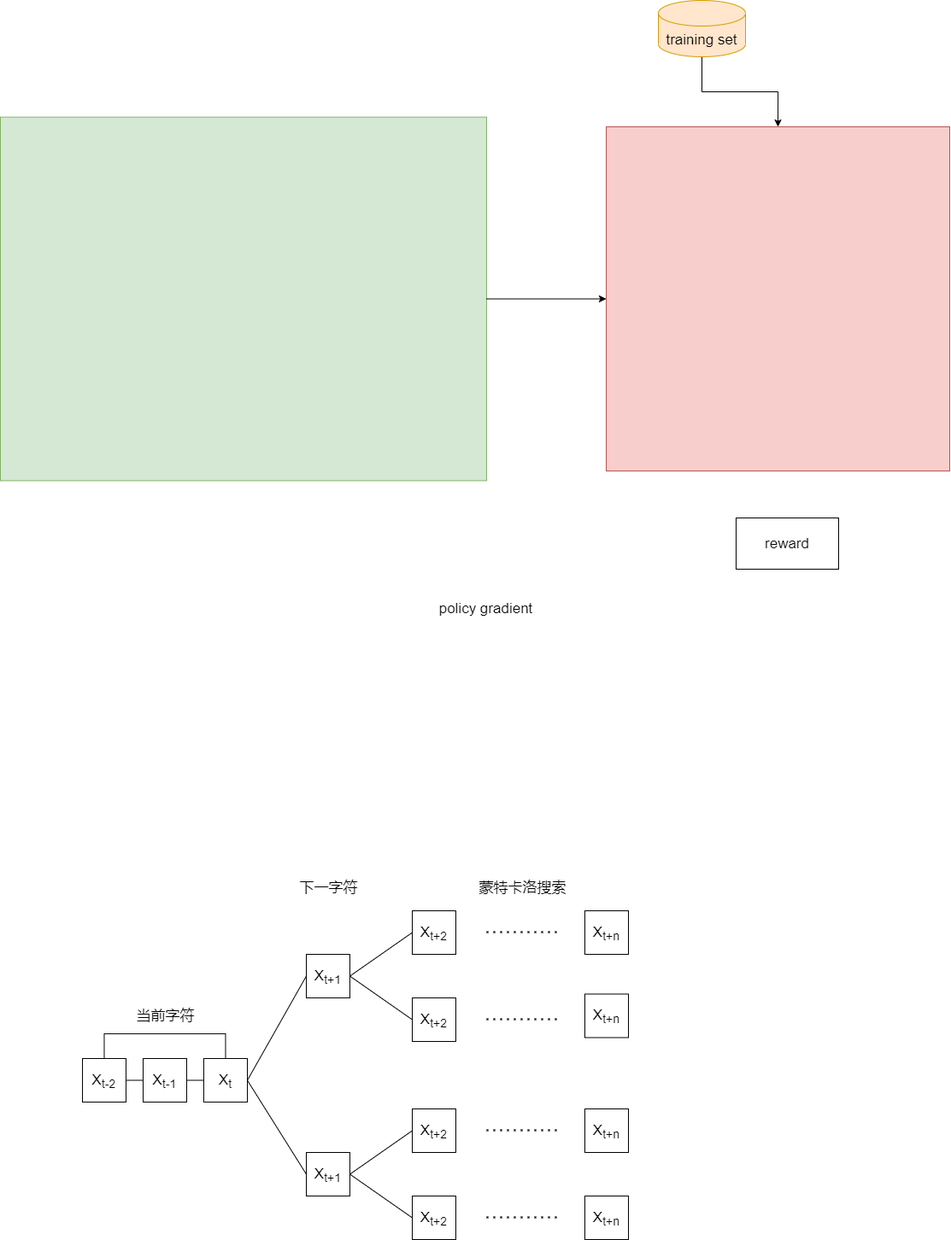
This is seqgan.drawio.png from lakomi/pictures, a draw.io export, as it was before one commit. Source tidied: cells renumbered, new cells last; positions are measured from the earlier drawing's top-left corner, leaving out a move shared by most shapes.
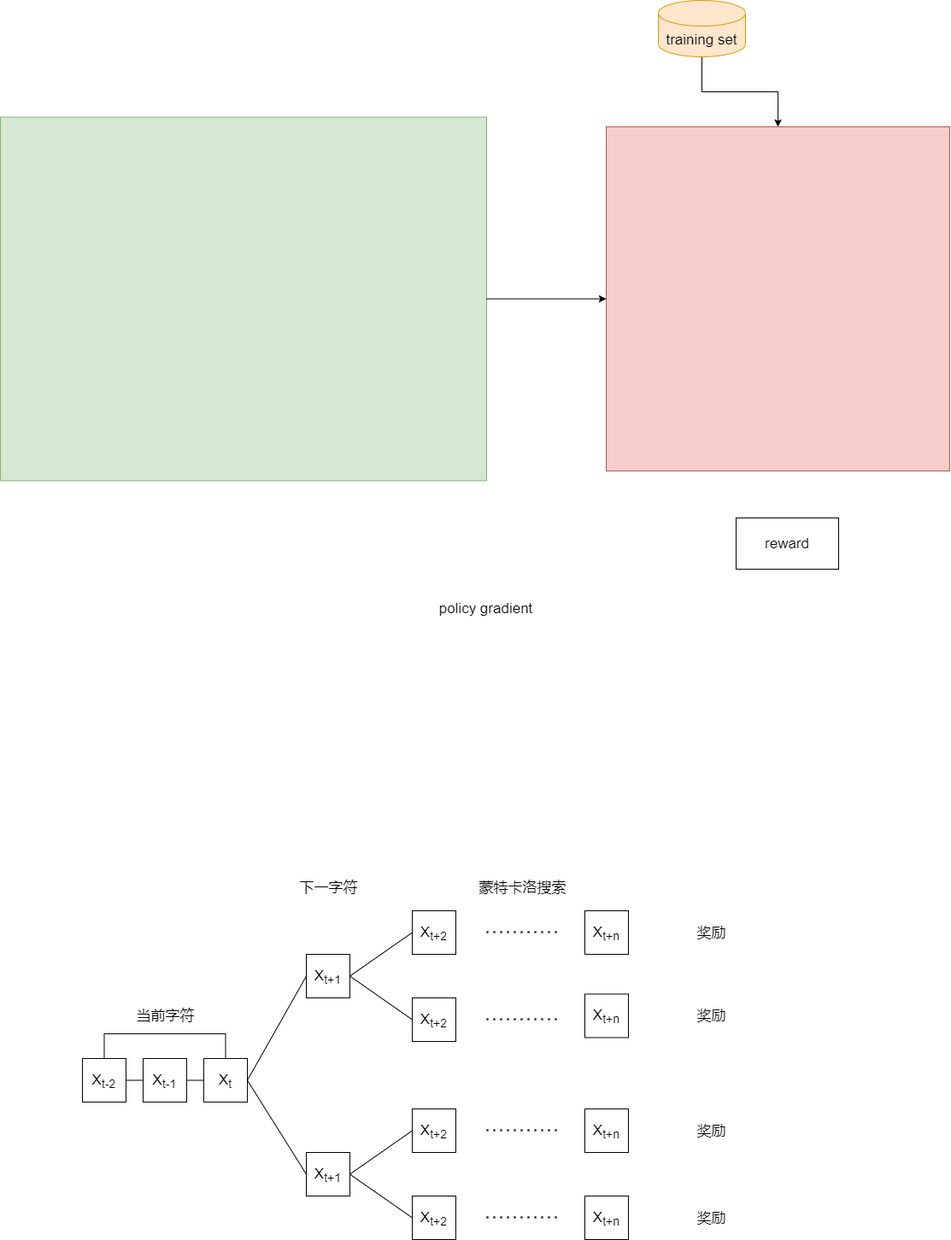
The same diagram one commit later.

The edit, as a diff of the source:
```diff
@@ -139,5 +139,17 @@
     <mxCell id="37" value="蒙特卡洛搜索" style="text;html=1;align=center;verticalAlign=middle;strokeColor=none;fillColor=none;fontSize=17;" parent="1" vertex="1">
       <mxGeometry x="555" y="1027" width="112" height="24" as="geometry" />
     </mxCell>
+    <mxCell id="38" value="奖励" style="text;html=1;align=center;verticalAlign=middle;strokeColor=none;fillColor=none;fontSize=17;" parent="1" vertex="1">
+      <mxGeometry x="810" y="1079.5" width="44" height="24" as="geometry" />
+    </mxCell>
+    <mxCell id="39" value="奖励" style="text;html=1;align=center;verticalAlign=middle;strokeColor=none;fillColor=none;fontSize=17;" parent="1" vertex="1">
+      <mxGeometry x="810" y="1177" width="44" height="24" as="geometry" />
+    </mxCell>
+    <mxCell id="40" value="奖励" style="text;html=1;align=center;verticalAlign=middle;strokeColor=none;fillColor=none;fontSize=17;" parent="1" vertex="1">
+      <mxGeometry x="810" y="1311.5" width="44" height="24" as="geometry" />
+    </mxCell>
+    <mxCell id="41" value="奖励" style="text;html=1;align=center;verticalAlign=middle;strokeColor=none;fillColor=none;fontSize=17;" parent="1" vertex="1">
+      <mxGeometry x="810" y="1413.5" width="44" height="24" as="geometry" />
+    </mxCell>
   </root>
 </mxGraphModel>
```
